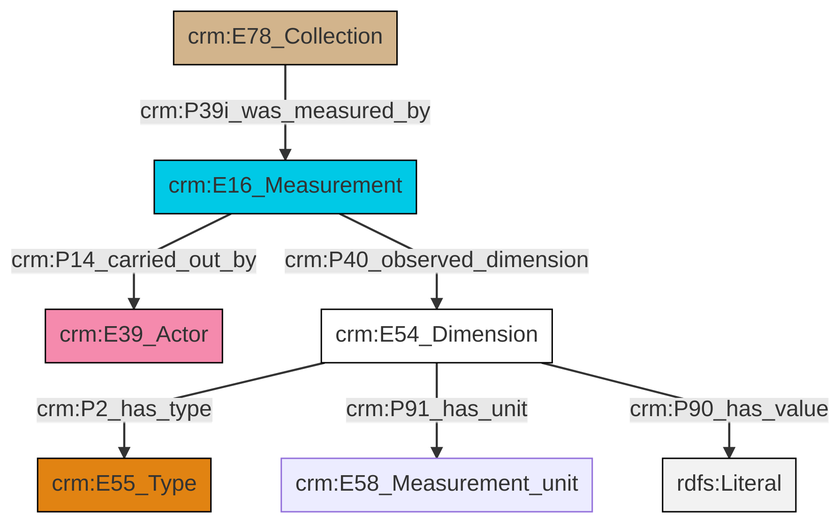
Earlier version of the Mermaid export et/archivalCSV/ttl/mmd/png/archival_substance.png (swiss-art-research-net/docs.swissartresearch). Its source is kept beside it as et/archivalCSV/ttl/mmd/archival_substance.ttl.mmd.
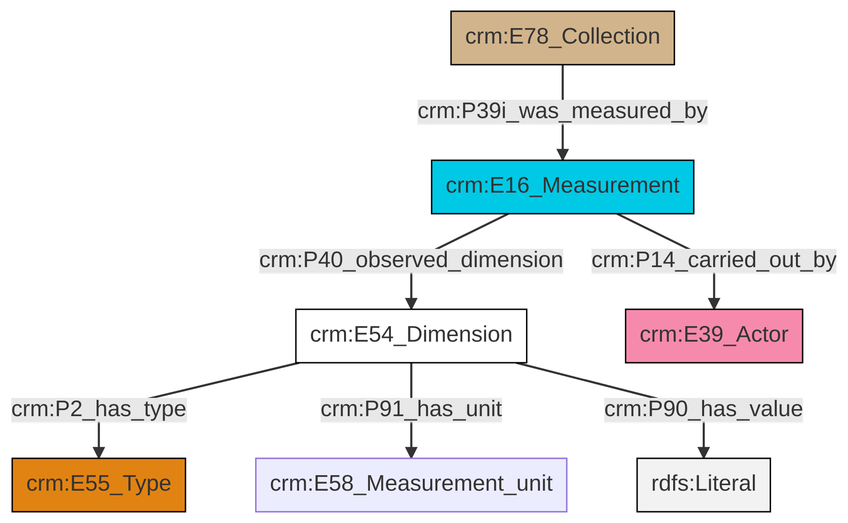
Later version of the same file.

What changed in the source:
```diff
@@ -13,9 +13,9 @@
 classDef PC_Classes fill:#4ce600, stroke:#000000;
 classDef Multi fill:#cccccc,stroke:#000000;
 
-0["crm:E16_Measurement"]:::Temporal_Entity -->|crm:P14_carried_out_by| 1["crm:E39_Actor"]:::Actor
-7["crm:E54_Dimension"]:::CRM_Entity -->|crm:P2_has_type| 5["crm:E55_Type"]:::Type
-7["crm:E54_Dimension"]:::CRM_Entity -->|crm:P91_has_unit| 8["crm:E58_Measurement_unit"]:::Default
-0["crm:E16_Measurement"]:::Temporal_Entity -->|crm:P40_observed_dimension| 7["crm:E54_Dimension"]:::CRM_Entity
-3["crm:E78_Collection"]:::Physical_Thing -->|crm:P39i_was_measured_by| 0["crm:E16_Measurement"]:::Temporal_Entity
-7["crm:E54_Dimension"]:::CRM_Entity -->|crm:P90_has_value| 11[rdfs:Literal]:::Literal
+0["crm:E54_Dimension"]:::CRM_Entity -->|crm:P2_has_type| 1["crm:E55_Type"]:::Type
+2["crm:E16_Measurement"]:::Temporal_Entity -->|crm:P14_carried_out_by| 3["crm:E39_Actor"]:::Actor
+0["crm:E54_Dimension"]:::CRM_Entity -->|crm:P91_has_unit| 4["crm:E58_Measurement_unit"]:::Default
+2["crm:E16_Measurement"]:::Temporal_Entity -->|crm:P40_observed_dimension| 0["crm:E54_Dimension"]:::CRM_Entity
+6["crm:E78_Collection"]:::Physical_Thing -->|crm:P39i_was_measured_by| 2["crm:E16_Measurement"]:::Temporal_Entity
+0["crm:E54_Dimension"]:::CRM_Entity -->|crm:P90_has_value| 7[rdfs:Literal]:::Literal
```
